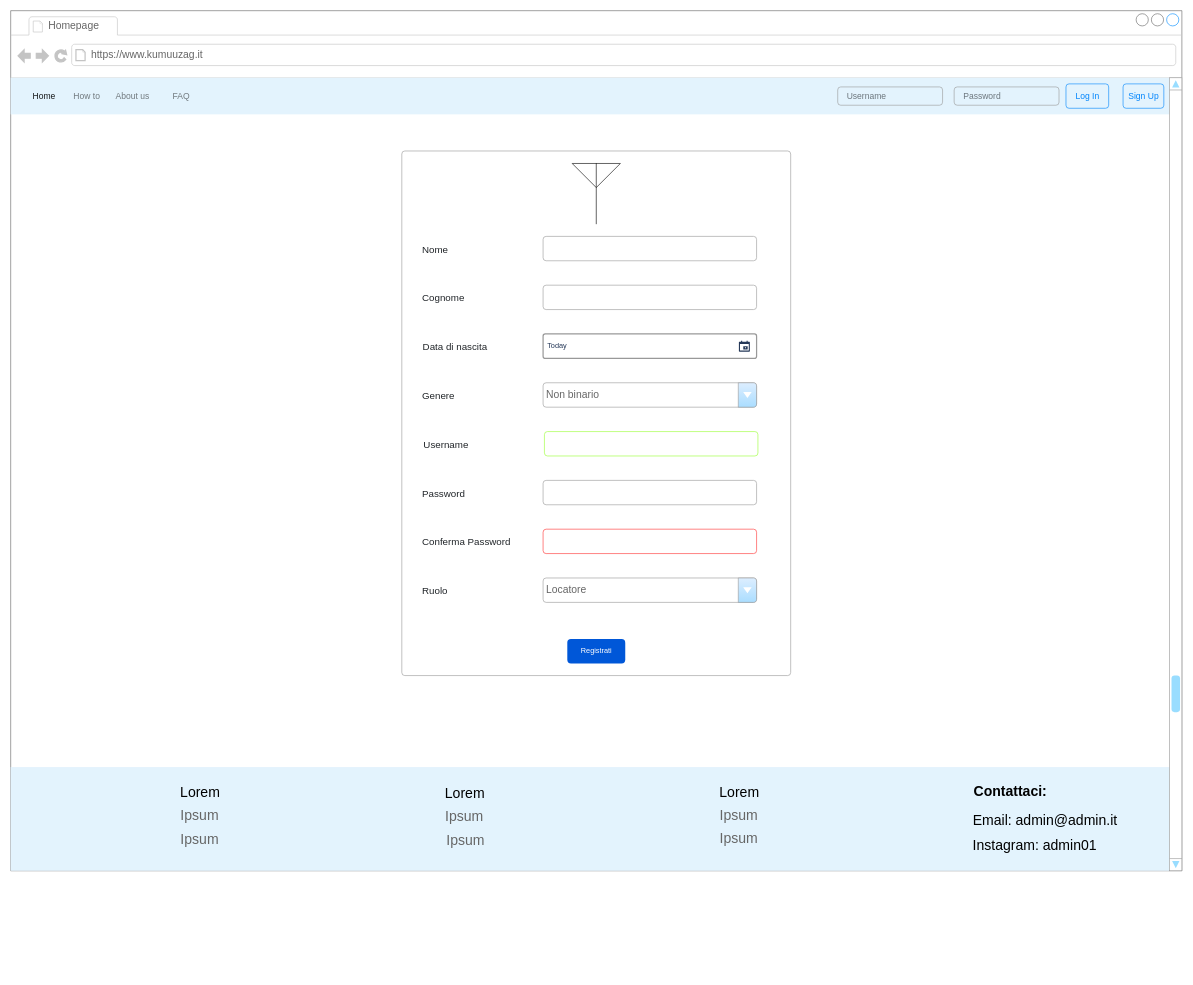
begbaj/tecweb keeps this draw.io diagram as page "Signup" (3 of 6) of diagrams/mockup.drawio. Above is the earlier version. Source tidied: cells renumbered, new cells numbered last; positions are measured from the earlier drawing's top-left corner, leaving out a move shared by most shapes. Both pictures are drawn from the tidied source at 61%, with x=0, y=0 at pixel (10, 10).
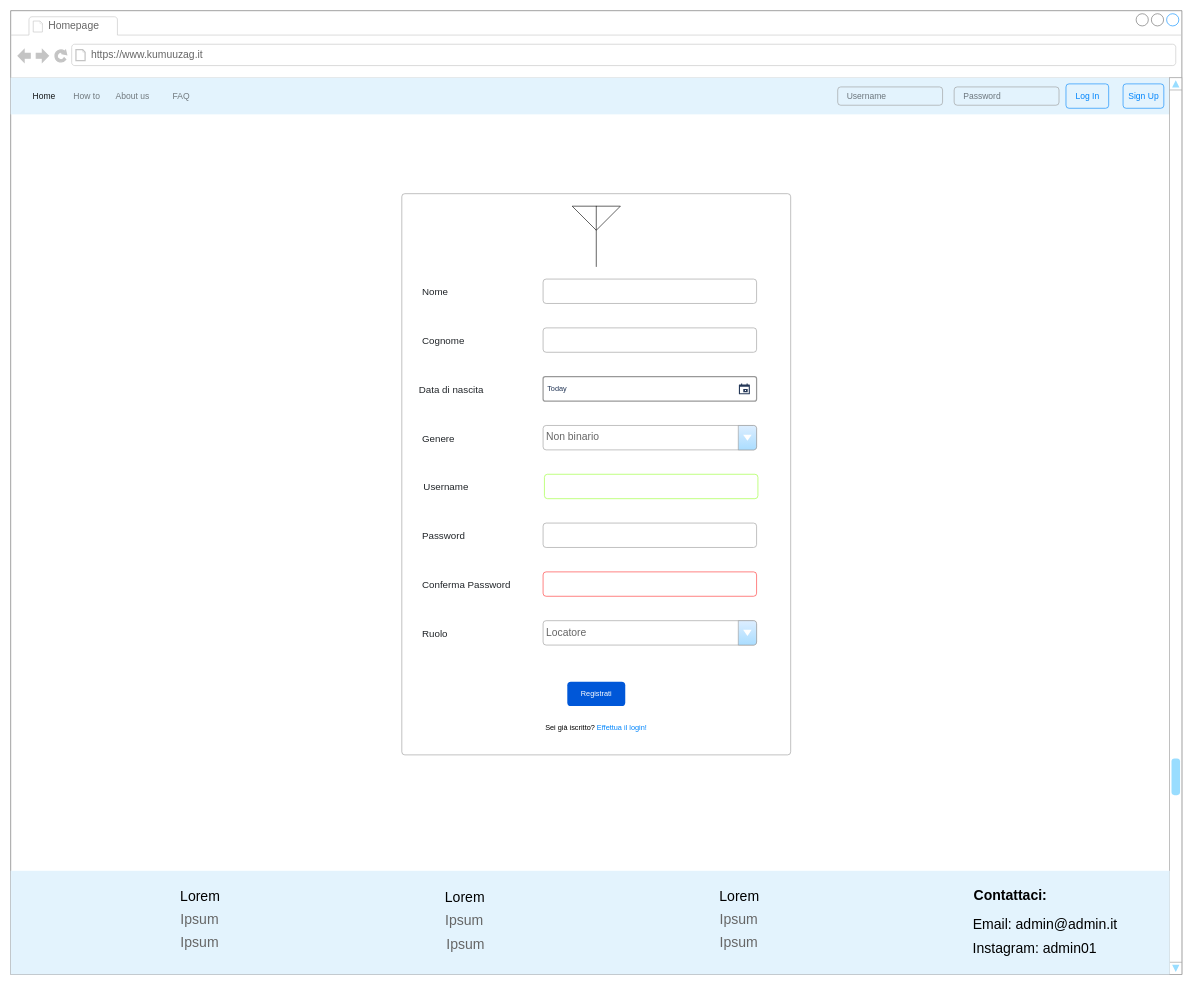
The same page after the edit.

Change to the diagram source:
```diff
@@
     <mxCell id="2" style="strokeWidth=1;shadow=0;dashed=0;align=left;html=1;shape=mxgraph.mockup.containers.browserWindow;rSize=0;strokeColor=#666666;strokeColor2=#008cff;strokeColor3=#c4c4c4;mainText=,;fontSize=19;fontStyle=1;" parent="1" vertex="1">
-      <mxGeometry width="1920" height="1410" as="geometry" />
+      <mxGeometry width="1920" height="1580" as="geometry" />
     </mxCell>
@@
-    <mxCell id="14" style="html=1;shadow=0;dashed=0;fillColor=#E3F3FD;strokeColor=none;fontSize=16;fontColor=#161819;align=left;spacing=15;" parent="2" vertex="1">
-      <mxGeometry y="1240" width="1900" height="170" as="geometry" />
-    </mxCell>
-    <mxCell id="15" value="Lorem&amp;nbsp;" style="text;html=1;strokeColor=none;fillColor=none;align=center;verticalAlign=middle;whiteSpace=wrap;rounded=0;fontSize=23;" parent="2" vertex="1">
-      <mxGeometry x="73.5" y="1263" width="480" height="37" as="geometry" />
-    </mxCell>
-    <mxCell id="16" value="Email: admin@admin.it" style="text;html=1;strokeColor=none;fillColor=none;align=center;verticalAlign=middle;whiteSpace=wrap;rounded=0;fontSize=23;" parent="2" vertex="1">
-      <mxGeometry x="1540.5" y="1313" width="310" height="30" as="geometry" />
-    </mxCell>
-    <mxCell id="17" value="Instagram: admin01" style="text;html=1;strokeColor=none;fillColor=none;align=center;verticalAlign=middle;whiteSpace=wrap;rounded=0;fontSize=23;" parent="2" vertex="1">
-      <mxGeometry x="1523.5" y="1353" width="310" height="30" as="geometry" />
-    </mxCell>
-    <mxCell id="18" value="Contattaci:" style="text;html=1;strokeColor=none;fillColor=none;align=center;verticalAlign=middle;whiteSpace=wrap;rounded=0;fontSize=23;fontStyle=1;" parent="2" vertex="1">
-      <mxGeometry x="1483.5" y="1265" width="310" height="30" as="geometry" />
-    </mxCell>
-    <mxCell id="19" value="Ipsum" style="text;html=1;strokeColor=none;fillColor=none;align=center;verticalAlign=middle;whiteSpace=wrap;rounded=0;fontSize=23;fontColor=#666666;" parent="2" vertex="1">
-      <mxGeometry x="69.5" y="1300" width="480" height="37" as="geometry" />
-    </mxCell>
-    <mxCell id="20" value="Ipsum" style="text;html=1;strokeColor=none;fillColor=none;align=center;verticalAlign=middle;whiteSpace=wrap;rounded=0;fontSize=23;fontColor=#666666;" parent="2" vertex="1">
-      <mxGeometry x="69.5" y="1339" width="480" height="37" as="geometry" />
-    </mxCell>
-    <mxCell id="21" value="Lorem&amp;nbsp;" style="text;html=1;strokeColor=none;fillColor=none;align=center;verticalAlign=middle;whiteSpace=wrap;rounded=0;fontSize=23;" parent="2" vertex="1">
-      <mxGeometry x="507.5" y="1265" width="480" height="37" as="geometry" />
-    </mxCell>
-    <mxCell id="22" value="Ipsum" style="text;html=1;strokeColor=none;fillColor=none;align=center;verticalAlign=middle;whiteSpace=wrap;rounded=0;fontSize=23;fontColor=#666666;" parent="2" vertex="1">
-      <mxGeometry x="503.5" y="1302" width="480" height="37" as="geometry" />
-    </mxCell>
-    <mxCell id="23" value="Ipsum" style="text;html=1;strokeColor=none;fillColor=none;align=center;verticalAlign=middle;whiteSpace=wrap;rounded=0;fontSize=23;fontColor=#666666;" parent="2" vertex="1">
-      <mxGeometry x="505.5" y="1341" width="480" height="37" as="geometry" />
-    </mxCell>
-    <mxCell id="24" value="Lorem&amp;nbsp;" style="text;html=1;strokeColor=none;fillColor=none;align=center;verticalAlign=middle;whiteSpace=wrap;rounded=0;fontSize=23;" parent="2" vertex="1">
-      <mxGeometry x="957.5" y="1263" width="480" height="37" as="geometry" />
-    </mxCell>
-    <mxCell id="25" value="Ipsum" style="text;html=1;strokeColor=none;fillColor=none;align=center;verticalAlign=middle;whiteSpace=wrap;rounded=0;fontSize=23;fontColor=#666666;" parent="2" vertex="1">
-      <mxGeometry x="953.5" y="1300" width="480" height="37" as="geometry" />
-    </mxCell>
-    <mxCell id="26" value="Ipsum" style="text;html=1;strokeColor=none;fillColor=none;align=center;verticalAlign=middle;whiteSpace=wrap;rounded=0;fontSize=23;fontColor=#666666;" parent="2" vertex="1">
-      <mxGeometry x="953.5" y="1338" width="480" height="37" as="geometry" />
-    </mxCell>
     <mxCell id="27" style="html=1;shadow=0;dashed=0;shape=mxgraph.bootstrap.rrect;rSize=5;strokeColor=#999999;strokeWidth=1;fillColor=#FFFFFF;fontColor=#6C767D;whiteSpace=wrap;align=left;verticalAlign=middle;spacingLeft=10;fontSize=23;spacing=10;" parent="2" vertex="1">
-      <mxGeometry x="641.2" y="230" width="637.5" height="860" as="geometry" />
+      <mxGeometry x="641.2" y="300" width="637.5" height="920" as="geometry" />
     </mxCell>
     <mxCell id="28" value="Nome" style="fillColor=none;strokeColor=none;align=left;fontSize=16;fontColor=#212529;" parent="2" vertex="1">
-      <mxGeometry x="672.8" y="370" width="200" height="40" as="geometry" />
+      <mxGeometry x="672.8" y="440" width="200" height="40" as="geometry" />
     </mxCell>
     <mxCell id="29" style="html=1;shadow=0;dashed=0;shape=mxgraph.bootstrap.rrect;rSize=5;fillColor=none;strokeColor=#999999;align=left;spacing=15;fontSize=16;fontColor=#6C767D;" parent="2" vertex="1">
-      <mxGeometry x="872.8" y="370" width="350" height="40" as="geometry" />
+      <mxGeometry x="872.8" y="440" width="350" height="40" as="geometry" />
     </mxCell>
     <mxCell id="30" style="html=1;shadow=0;dashed=0;shape=mxgraph.bootstrap.rrect;rSize=5;fillColor=none;strokeColor=#999999;align=left;spacing=15;fontSize=16;fontColor=#6C767D;" parent="2" vertex="1">
-      <mxGeometry x="872.8" y="450" width="350" height="40" as="geometry" />
+      <mxGeometry x="872.8" y="520" width="350" height="40" as="geometry" />
     </mxCell>
     <mxCell id="31" value="Cognome" style="fillColor=none;strokeColor=none;align=left;fontSize=16;fontColor=#212529;" parent="2" vertex="1">
-      <mxGeometry x="672.8" y="450" width="200" height="40" as="geometry" />
+      <mxGeometry x="672.8" y="520" width="200" height="40" as="geometry" />
     </mxCell>
     <mxCell id="32" value="Data di nascita" style="fillColor=none;strokeColor=none;align=left;fontSize=16;fontColor=#212529;" parent="2" vertex="1">
-      <mxGeometry x="673.8" y="530" width="200" height="40" as="geometry" />
+      <mxGeometry x="667.5" y="600" width="212.5" height="40" as="geometry" />
     </mxCell>
     <mxCell id="33" value="Genere" style="fillColor=none;strokeColor=none;align=left;fontSize=16;fontColor=#212529;" parent="2" vertex="1">
-      <mxGeometry x="672.8" y="610" width="200" height="40" as="geometry" />
+      <mxGeometry x="672.8" y="680" width="200" height="40" as="geometry" />
     </mxCell>
     <mxCell id="34" value="Today" style="rounded=1;arcSize=9;fillColor=#ffffff;align=left;spacingLeft=5;strokeColor=#999999;html=1;strokeWidth=2;fontColor=#253858;fontSize=12;" parent="2" vertex="1">
-      <mxGeometry x="872.8" y="530" width="350" height="40" as="geometry" />
+      <mxGeometry x="872.8" y="600" width="350" height="40" as="geometry" />
     </mxCell>
@@
     <mxCell id="36" value="Non binario" style="strokeWidth=1;shadow=0;dashed=0;align=center;html=1;shape=mxgraph.mockup.forms.comboBox;strokeColor=#999999;fillColor=#ddeeff;align=left;fillColor2=#aaddff;mainText=;fontColor=#666666;fontSize=17;spacingLeft=3;" parent="2" vertex="1">
-      <mxGeometry x="872.8" y="610" width="350" height="40" as="geometry" />
+      <mxGeometry x="872.8" y="680" width="350" height="40" as="geometry" />
     </mxCell>
     <mxCell id="37" value="Username" style="fillColor=none;strokeColor=none;align=left;fontSize=16;fontColor=#212529;" parent="2" vertex="1">
-      <mxGeometry x="675" y="690" width="200" height="40" as="geometry" />
+      <mxGeometry x="675" y="760" width="200" height="40" as="geometry" />
     </mxCell>
     <mxCell id="38" style="html=1;shadow=0;dashed=0;shape=mxgraph.bootstrap.rrect;rSize=5;fillColor=none;strokeColor=#99FF33;align=left;spacing=15;fontSize=16;fontColor=#6C767D;" parent="2" vertex="1">
-      <mxGeometry x="875" y="690" width="350" height="40" as="geometry" />
+      <mxGeometry x="875" y="760" width="350" height="40" as="geometry" />
     </mxCell>
     <mxCell id="39" value="Password" style="fillColor=none;strokeColor=none;align=left;fontSize=16;fontColor=#212529;" parent="2" vertex="1">
-      <mxGeometry x="672.8" y="770" width="200" height="40" as="geometry" />
+      <mxGeometry x="672.8" y="840" width="200" height="40" as="geometry" />
     </mxCell>
     <mxCell id="40" style="html=1;shadow=0;dashed=0;shape=mxgraph.bootstrap.rrect;rSize=5;fillColor=none;strokeColor=#999999;align=left;spacing=15;fontSize=16;fontColor=#6C767D;" parent="2" vertex="1">
-      <mxGeometry x="872.8" y="770" width="350" height="40" as="geometry" />
+      <mxGeometry x="872.8" y="840" width="350" height="40" as="geometry" />
     </mxCell>
     <mxCell id="41" value="Conferma Password" style="fillColor=none;strokeColor=none;align=left;fontSize=16;fontColor=#212529;" parent="2" vertex="1">
-      <mxGeometry x="672.8" y="850" width="200" height="40" as="geometry" />
+      <mxGeometry x="672.8" y="920" width="200" height="40" as="geometry" />
     </mxCell>
     <mxCell id="42" style="html=1;shadow=0;dashed=0;shape=mxgraph.bootstrap.rrect;rSize=5;fillColor=none;strokeColor=#FF3333;align=left;spacing=15;fontSize=16;fontColor=#6C767D;" parent="2" vertex="1">
-      <mxGeometry x="872.8" y="850" width="350" height="40" as="geometry" />
+      <mxGeometry x="872.8" y="920" width="350" height="40" as="geometry" />
     </mxCell>
     <mxCell id="43" value="Ruolo" style="fillColor=none;strokeColor=none;align=left;fontSize=16;fontColor=#212529;" parent="2" vertex="1">
-      <mxGeometry x="672.8" y="930" width="200" height="40" as="geometry" />
+      <mxGeometry x="672.8" y="1000" width="200" height="40" as="geometry" />
     </mxCell>
     <mxCell id="44" value="Locatore" style="strokeWidth=1;shadow=0;dashed=0;align=center;html=1;shape=mxgraph.mockup.forms.comboBox;strokeColor=#999999;fillColor=#ddeeff;align=left;fillColor2=#aaddff;mainText=;fontColor=#666666;fontSize=17;spacingLeft=3;" parent="2" vertex="1">
-      <mxGeometry x="872.8" y="930" width="350" height="40" as="geometry" />
+      <mxGeometry x="872.8" y="1000" width="350" height="40" as="geometry" />
     </mxCell>
     <mxCell id="45" style="verticalLabelPosition=bottom;shadow=0;dashed=0;align=center;html=1;verticalAlign=top;shape=mxgraph.electrical.radio.aerial_-_antenna_2;" parent="2" vertex="1">
-      <mxGeometry x="920.5" y="250" width="79" height="100" as="geometry" />
+      <mxGeometry x="920.5" y="320" width="79" height="100" as="geometry" />
     </mxCell>
     <mxCell id="46" value="Registrati" style="rounded=1;fillColor=#0057D8;align=center;strokeColor=none;html=1;fontColor=#ffffff;fontSize=12;sketch=0;" parent="2" vertex="1">
-      <mxGeometry x="912.5" y="1030" width="95" height="40" as="geometry" />
+      <mxGeometry x="912.5" y="1100" width="95" height="40" as="geometry" />
     </mxCell>
     <mxCell id="47" style="verticalLabelPosition=bottom;shadow=0;dashed=0;align=center;html=1;verticalAlign=top;strokeWidth=1;shape=mxgraph.mockup.navigation.scrollBar;strokeColor=#999999;barPos=20;fillColor2=#99ddff;strokeColor2=none;direction=north;fontSize=19;" parent="2" vertex="1">
-      <mxGeometry x="1900" y="110" width="20" height="1300" as="geometry" />
+      <mxGeometry x="1900" y="110" width="20" height="1470" as="geometry" />
     </mxCell>
+    <mxCell id="48" value="Sei già iscritto? &lt;font color=&quot;#0085fc&quot;&gt;Effettua il login!&lt;/font&gt;" style="text;html=1;strokeColor=none;fillColor=none;align=center;verticalAlign=middle;whiteSpace=wrap;rounded=0;" parent="2" vertex="1">
+      <mxGeometry x="780" y="1160" width="360" height="30" as="geometry" />
+    </mxCell>
+    <mxCell id="14" style="html=1;shadow=0;dashed=0;fillColor=#E3F3FD;strokeColor=none;fontSize=16;fontColor=#161819;align=left;spacing=15;" parent="1" vertex="1">
+      <mxGeometry y="1410" width="1900" height="170" as="geometry" />
+    </mxCell>
+    <mxCell id="15" value="Lorem&amp;nbsp;" style="text;html=1;strokeColor=none;fillColor=none;align=center;verticalAlign=middle;whiteSpace=wrap;rounded=0;fontSize=23;" parent="1" vertex="1">
+      <mxGeometry x="73.5" y="1433" width="480" height="37" as="geometry" />
+    </mxCell>
+    <mxCell id="16" value="Email: admin@admin.it" style="text;html=1;strokeColor=none;fillColor=none;align=center;verticalAlign=middle;whiteSpace=wrap;rounded=0;fontSize=23;" parent="1" vertex="1">
+      <mxGeometry x="1540.5" y="1483" width="310" height="30" as="geometry" />
+    </mxCell>
+    <mxCell id="17" value="Instagram: admin01" style="text;html=1;strokeColor=none;fillColor=none;align=center;verticalAlign=middle;whiteSpace=wrap;rounded=0;fontSize=23;" parent="1" vertex="1">
+      <mxGeometry x="1523.5" y="1523" width="310" height="30" as="geometry" />
+    </mxCell>
+    <mxCell id="18" value="Contattaci:" style="text;html=1;strokeColor=none;fillColor=none;align=center;verticalAlign=middle;whiteSpace=wrap;rounded=0;fontSize=23;fontStyle=1;" parent="1" vertex="1">
+      <mxGeometry x="1483.5" y="1435" width="310" height="30" as="geometry" />
+    </mxCell>
+    <mxCell id="19" value="Ipsum" style="text;html=1;strokeColor=none;fillColor=none;align=center;verticalAlign=middle;whiteSpace=wrap;rounded=0;fontSize=23;fontColor=#666666;" parent="1" vertex="1">
+      <mxGeometry x="69.5" y="1470" width="480" height="37" as="geometry" />
+    </mxCell>
+    <mxCell id="20" value="Ipsum" style="text;html=1;strokeColor=none;fillColor=none;align=center;verticalAlign=middle;whiteSpace=wrap;rounded=0;fontSize=23;fontColor=#666666;" parent="1" vertex="1">
+      <mxGeometry x="69.5" y="1509" width="480" height="37" as="geometry" />
+    </mxCell>
+    <mxCell id="21" value="Lorem&amp;nbsp;" style="text;html=1;strokeColor=none;fillColor=none;align=center;verticalAlign=middle;whiteSpace=wrap;rounded=0;fontSize=23;" parent="1" vertex="1">
+      <mxGeometry x="507.5" y="1435" width="480" height="37" as="geometry" />
+    </mxCell>
+    <mxCell id="22" value="Ipsum" style="text;html=1;strokeColor=none;fillColor=none;align=center;verticalAlign=middle;whiteSpace=wrap;rounded=0;fontSize=23;fontColor=#666666;" parent="1" vertex="1">
+      <mxGeometry x="503.5" y="1472" width="480" height="37" as="geometry" />
+    </mxCell>
+    <mxCell id="23" value="Ipsum" style="text;html=1;strokeColor=none;fillColor=none;align=center;verticalAlign=middle;whiteSpace=wrap;rounded=0;fontSize=23;fontColor=#666666;" parent="1" vertex="1">
+      <mxGeometry x="505.5" y="1511" width="480" height="37" as="geometry" />
+    </mxCell>
+    <mxCell id="24" value="Lorem&amp;nbsp;" style="text;html=1;strokeColor=none;fillColor=none;align=center;verticalAlign=middle;whiteSpace=wrap;rounded=0;fontSize=23;" parent="1" vertex="1">
+      <mxGeometry x="957.5" y="1433" width="480" height="37" as="geometry" />
+    </mxCell>
+    <mxCell id="25" value="Ipsum" style="text;html=1;strokeColor=none;fillColor=none;align=center;verticalAlign=middle;whiteSpace=wrap;rounded=0;fontSize=23;fontColor=#666666;" parent="1" vertex="1">
+      <mxGeometry x="953.5" y="1470" width="480" height="37" as="geometry" />
+    </mxCell>
+    <mxCell id="26" value="Ipsum" style="text;html=1;strokeColor=none;fillColor=none;align=center;verticalAlign=middle;whiteSpace=wrap;rounded=0;fontSize=23;fontColor=#666666;" parent="1" vertex="1">
+      <mxGeometry x="953.5" y="1508" width="480" height="37" as="geometry" />
+    </mxCell>
```
